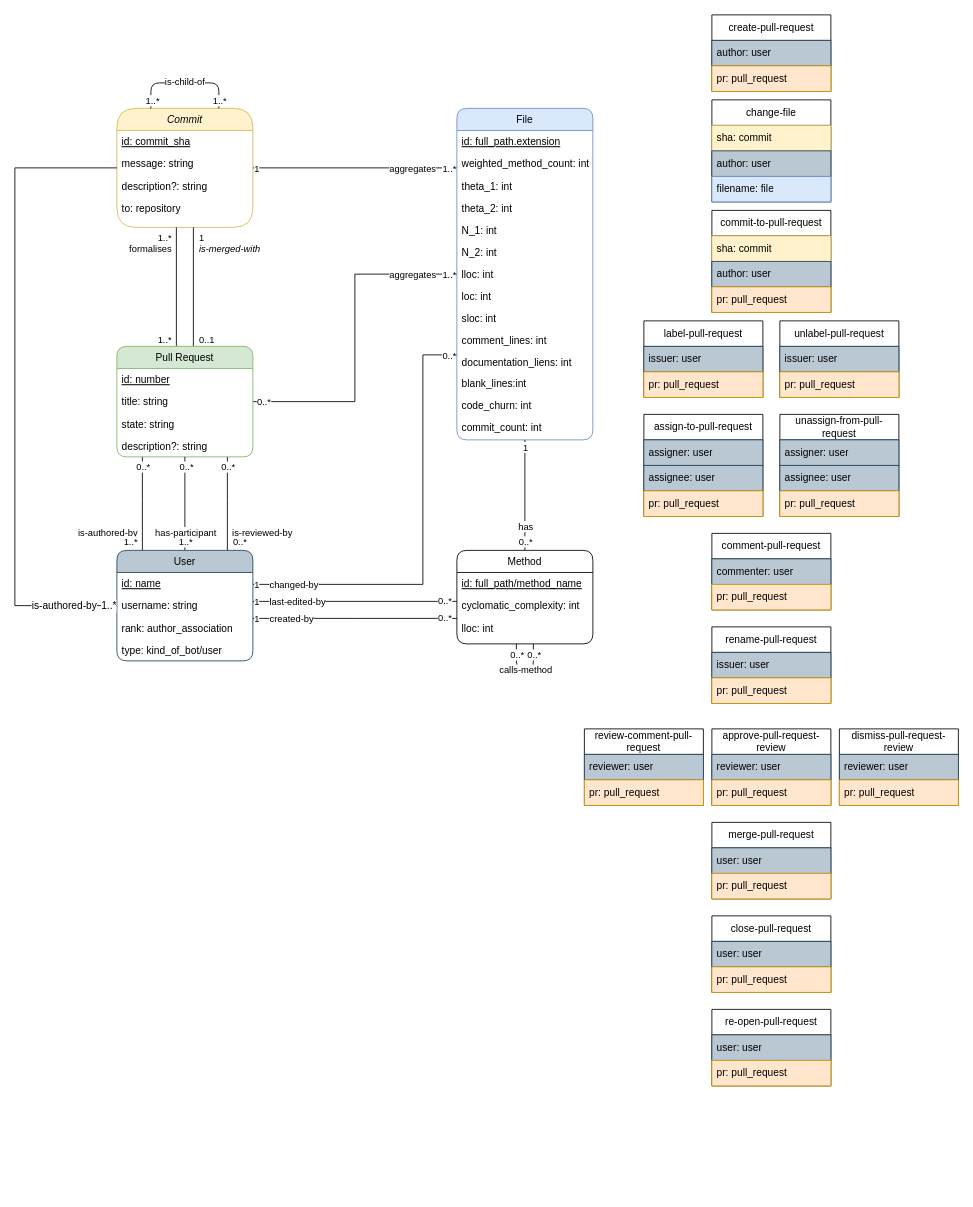
Before: page "Objects-Events" (1 of 2) of Exports/OCEL-Object-Diagram.drawio in AlexS-1/Bachelor-Code, a draw.io diagram. Source tidied: cells renumbered, new cells numbered last; positions are measured from the earlier drawing's top-left corner, leaving out a move shared by most shapes. Both pictures are drawn from the tidied source at 85%, with x=0, y=0 at pixel (14, 14).
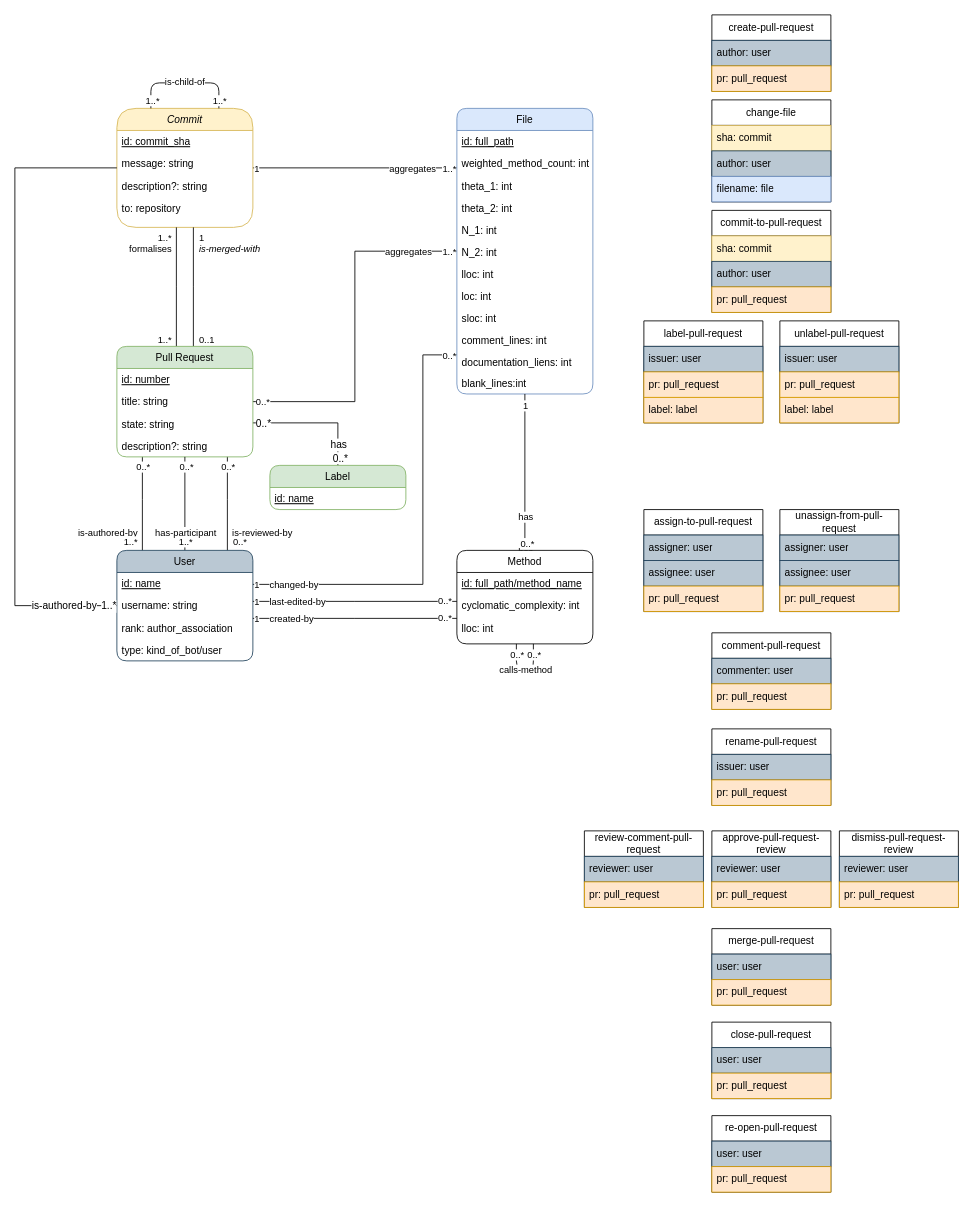
Above is the later version.

Unchanged cells that the change refers to:
```xml
<mxCell id="11" style="edgeStyle=orthogonalEdgeStyle;rounded=0;jettySize=auto;html=1;endArrow=none;startFill=0;elbow=vertical;" parent="1" edge="1" source="31" target="49">
  <mxGeometry relative="1" as="geometry" />
</mxCell>
<mxCell id="31" value="Pull Request" style="swimlane;fontStyle=0;align=center;verticalAlign=top;horizontal=1;startSize=26;rounded=1;shadow=0;strokeWidth=1;fillColor=#d5e8d4;strokeColor=#82b366;" parent="1" vertex="1">
  <mxGeometry x="120" y="390" width="160" height="130" as="geometry" />
</mxCell>
<mxCell id="68" style="edgeStyle=orthogonalEdgeStyle;rounded=1;jettySize=auto;html=1;endArrow=none;startFill=0;" parent="1" edge="1" source="49" target="73">
  <mxGeometry relative="1" as="geometry" />
</mxCell>
```

Change to the diagram source:
```diff
@@
-    <mxCell id="14" value="0..*" style="edgeLabel;html=1;align=center;verticalAlign=middle;" parent="11" vertex="1">
-      <mxGeometry x="-0.95" relative="1" as="geometry">
+    <mxCell id="14" value="0..*" style="edgeLabel;html=1;align=left;verticalAlign=middle;" parent="11" vertex="1">
+      <mxGeometry x="-1" relative="1" as="geometry">
         <mxPoint x="2" as="offset" />
       </mxGeometry>
     </mxCell>
@@
+    <mxCell id="140" style="edgeStyle=orthogonalEdgeStyle;rounded=0;jettySize=auto;html=1;fontSize=12;endArrow=none;startFill=0;" parent="1" edge="1" source="31" target="146">
+      <mxGeometry relative="1" as="geometry">
+        <Array as="points">
+          <mxPoint x="380" y="480" />
+        </Array>
+      </mxGeometry>
+    </mxCell>
+    <mxCell id="141" value="has" style="edgeLabel;html=1;align=center;verticalAlign=middle;fontSize=12;" parent="140" vertex="1">
+      <mxGeometry x="0.67" relative="1" as="geometry" />
+    </mxCell>
+    <mxCell id="142" value="0..*" style="edgeLabel;html=1;align=center;verticalAlign=bottom;fontSize=12;" parent="140" vertex="1">
+      <mxGeometry x="1" relative="1" as="geometry">
+        <mxPoint x="2" as="offset" />
+      </mxGeometry>
+    </mxCell>
+    <mxCell id="143" value="0..*" style="edgeLabel;html=1;align=left;verticalAlign=middle;fontSize=12;" parent="140" vertex="1">
+      <mxGeometry x="-1" relative="1" as="geometry">
+        <mxPoint x="2" as="offset" />
+      </mxGeometry>
+    </mxCell>
@@
     <mxCell id="49" value="File" style="swimlane;fontStyle=0;align=center;verticalAlign=top;horizontal=1;startSize=26;rounded=1;shadow=0;strokeWidth=1;fillColor=#dae8fc;strokeColor=#6c8ebf;" parent="1" vertex="1">
-      <mxGeometry x="520" y="110" width="160" height="390" as="geometry" />
+      <mxGeometry x="520" y="110" width="160" height="336" as="geometry" />
     </mxCell>
-    <mxCell id="50" value="id: full_path.extension" style="text;align=left;verticalAlign=top;spacingLeft=4;spacingRight=4;overflow=hidden;fontStyle=4;rounded=1;" parent="49" vertex="1">
+    <mxCell id="50" value="id: full_path" style="text;align=left;verticalAlign=top;spacingLeft=4;spacingRight=4;overflow=hidden;fontStyle=4;rounded=1;" parent="49" vertex="1">
       <mxGeometry y="26" width="160" height="26" as="geometry" />
     </mxCell>
@@
-    <mxCell id="62" value="code_churn: int&#10;" style="text;align=left;verticalAlign=top;spacingLeft=4;spacingRight=4;overflow=hidden;fontStyle=0;rounded=1;" parent="49" vertex="1">
-      <mxGeometry y="336" width="160" height="26" as="geometry" />
-    </mxCell>
-    <mxCell id="63" value="commit_count: int&#10;&#10;" style="text;align=left;verticalAlign=top;spacingLeft=4;spacingRight=4;overflow=hidden;fontStyle=0;rounded=1;" parent="49" vertex="1">
-      <mxGeometry y="362" width="160" height="26" as="geometry" />
-    </mxCell>
@@
-    <mxCell id="70" value="0..*" style="edgeLabel;html=1;align=center;verticalAlign=middle;rounded=1;" parent="68" vertex="1">
-      <mxGeometry x="0.94" relative="1" as="geometry">
-        <mxPoint y="-7" as="offset" />
+    <mxCell id="70" value="0..*" style="edgeLabel;html=1;align=center;verticalAlign=bottom;rounded=1;" parent="68" vertex="1">
+      <mxGeometry x="1" relative="1" as="geometry">
+        <mxPoint x="2" as="offset" />
       </mxGeometry>
     </mxCell>
@@
     <mxCell id="95" value="label-pull-request" style="swimlane;fontStyle=0;horizontal=1;startSize=30;whiteSpace=wrap;html=1;" parent="1" vertex="1">
-      <mxGeometry x="740" y="360" width="140" height="90" as="geometry" />
+      <mxGeometry x="740" y="360" width="140" height="120" as="geometry" />
     </mxCell>
@@
+    <mxCell id="144" value="label: label" style="text;strokeColor=#d79b00;fillColor=#ffe6cc;align=left;verticalAlign=middle;spacingLeft=4;spacingRight=4;overflow=hidden;whiteSpace=wrap;html=1;" parent="95" vertex="1">
+      <mxGeometry y="90" width="140" height="30" as="geometry" />
+    </mxCell>
     <mxCell id="98" value="unlabel-pull-request" style="swimlane;fontStyle=0;horizontal=1;startSize=30;whiteSpace=wrap;html=1;" parent="1" vertex="1">
-      <mxGeometry x="900" y="360" width="140" height="90" as="geometry" />
+      <mxGeometry x="900" y="360" width="140" height="120" as="geometry" />
     </mxCell>
@@
+    <mxCell id="145" value="label: label" style="text;strokeColor=#d79b00;fillColor=#ffe6cc;align=left;verticalAlign=middle;spacingLeft=4;spacingRight=4;overflow=hidden;whiteSpace=wrap;html=1;" parent="98" vertex="1">
+      <mxGeometry y="90" width="140" height="30" as="geometry" />
+    </mxCell>
@@
     <mxCell id="104" value="merge-pull-request" style="swimlane;fontStyle=0;horizontal=1;startSize=30;whiteSpace=wrap;html=1;" parent="1" vertex="1">
-      <mxGeometry x="820" y="950" width="140" height="90" as="geometry" />
+      <mxGeometry x="820" y="1075" width="140" height="90" as="geometry" />
     </mxCell>
@@
     <mxCell id="107" value="close-pull-request" style="swimlane;fontStyle=0;horizontal=1;startSize=30;whiteSpace=wrap;html=1;" parent="1" vertex="1">
-      <mxGeometry x="820" y="1060" width="140" height="90" as="geometry" />
+      <mxGeometry x="820" y="1185" width="140" height="90" as="geometry" />
     </mxCell>
@@
     <mxCell id="110" value="assign-to-pull-request" style="swimlane;fontStyle=0;horizontal=1;startSize=30;whiteSpace=wrap;html=1;" parent="1" vertex="1">
-      <mxGeometry x="740" y="470" width="140" height="120" as="geometry" />
+      <mxGeometry x="740" y="582" width="140" height="120" as="geometry" />
     </mxCell>
@@
     <mxCell id="114" value="unassign-from-pull-request" style="swimlane;fontStyle=0;horizontal=1;startSize=30;whiteSpace=wrap;html=1;" parent="1" vertex="1">
-      <mxGeometry x="900" y="470" width="140" height="120" as="geometry" />
+      <mxGeometry x="900" y="582" width="140" height="120" as="geometry" />
     </mxCell>
@@
     <mxCell id="118" value="comment-pull-request" style="swimlane;fontStyle=0;horizontal=1;startSize=30;whiteSpace=wrap;html=1;" parent="1" vertex="1">
-      <mxGeometry x="820" y="610" width="140" height="90" as="geometry" />
+      <mxGeometry x="820" y="727" width="140" height="90" as="geometry" />
     </mxCell>
@@
     <mxCell id="121" value="rename-pull-request" style="swimlane;fontStyle=0;horizontal=1;startSize=30;whiteSpace=wrap;html=1;" parent="1" vertex="1">
-      <mxGeometry x="820" y="720" width="140" height="90" as="geometry" />
+      <mxGeometry x="820" y="840" width="140" height="90" as="geometry" />
     </mxCell>
@@
     <mxCell id="124" value="review-comment-pull-request" style="swimlane;fontStyle=0;horizontal=1;startSize=30;whiteSpace=wrap;html=1;" parent="1" vertex="1">
-      <mxGeometry x="670" y="840" width="140" height="90" as="geometry" />
+      <mxGeometry x="670" y="960" width="140" height="90" as="geometry" />
     </mxCell>
@@
     <mxCell id="127" value="approve-pull-request-review" style="swimlane;fontStyle=0;horizontal=1;startSize=30;whiteSpace=wrap;html=1;" parent="1" vertex="1">
-      <mxGeometry x="820" y="840" width="140" height="90" as="geometry" />
+      <mxGeometry x="820" y="960" width="140" height="90" as="geometry" />
     </mxCell>
@@
     <mxCell id="130" value="dismiss-pull-request-review" style="swimlane;fontStyle=0;horizontal=1;startSize=30;whiteSpace=wrap;html=1;" parent="1" vertex="1">
-      <mxGeometry x="970" y="840" width="140" height="90" as="geometry" />
+      <mxGeometry x="970" y="960" width="140" height="90" as="geometry" />
     </mxCell>
@@
     <mxCell id="133" value="re-open-pull-request" style="swimlane;fontStyle=0;horizontal=1;startSize=30;whiteSpace=wrap;html=1;" parent="1" vertex="1">
-      <mxGeometry x="820" y="1170" width="140" height="90" as="geometry" />
+      <mxGeometry x="820" y="1295" width="140" height="90" as="geometry" />
     </mxCell>
@@
+    <mxCell id="146" value="Label" style="swimlane;fontStyle=0;align=center;verticalAlign=top;horizontal=1;startSize=26;rounded=1;shadow=0;strokeWidth=1;fillColor=#d5e8d4;strokeColor=#82b366;" parent="1" vertex="1">
+      <mxGeometry x="300" y="530" width="160" height="52" as="geometry" />
+    </mxCell>
+    <mxCell id="147" value="id: name" style="text;align=left;verticalAlign=top;spacingLeft=4;spacingRight=4;overflow=hidden;fontStyle=4;rounded=1;" parent="146" vertex="1">
+      <mxGeometry y="26" width="160" height="26" as="geometry" />
+    </mxCell>
```
